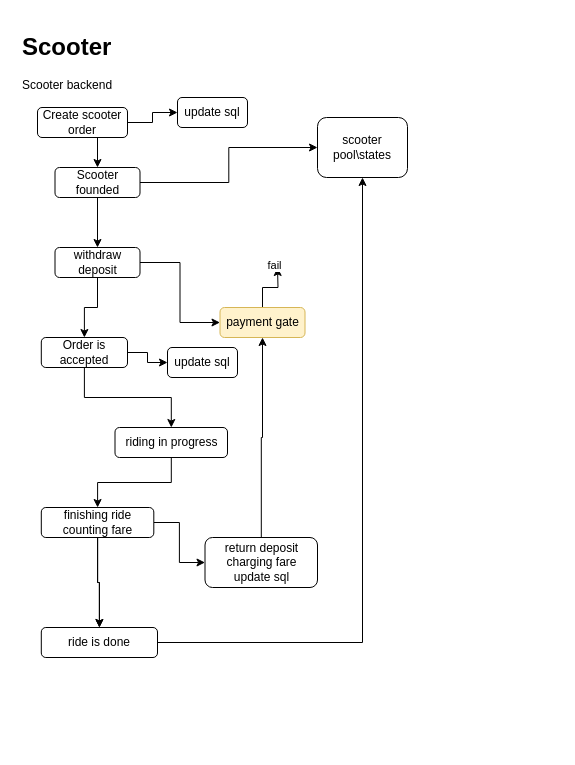
Before: e-scooter[flows].drawio in integer00/diagrams, a draw.io diagram. Source tidied: cells renumbered, new cells numbered last; positions are measured from the earlier drawing's top-left corner, leaving out a move shared by most shapes. Both pictures are drawn from the tidied source at 100%, with x=0, y=0 at pixel (17, 27).
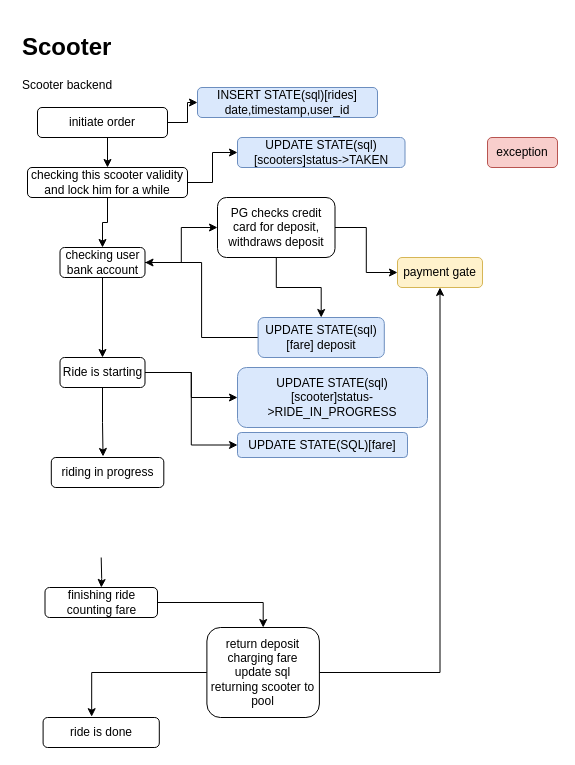
After the change.

Diff of the diagram source:
```diff
@@
-    <mxCell id="5" value="Create scooter order" style="rounded=1;whiteSpace=wrap;html=1;" parent="1" vertex="1">
-      <mxGeometry x="20" y="80" width="90" height="30" as="geometry" />
+    <mxCell id="5" value="initiate order" style="rounded=1;whiteSpace=wrap;html=1;" parent="1" vertex="1">
+      <mxGeometry x="20" y="80" width="130" height="30" as="geometry" />
     </mxCell>
-    <mxCell id="6" style="edgeStyle=orthogonalEdgeStyle;rounded=0;jettySize=auto;html=1;" parent="1" edge="1" source="8" target="9">
-      <mxGeometry relative="1" as="geometry" />
-    </mxCell>
@@
+    <mxCell id="31" style="edgeStyle=orthogonalEdgeStyle;rounded=0;jettySize=auto;html=1;" parent="1" edge="1" source="8" target="36">
+      <mxGeometry relative="1" as="geometry" />
+    </mxCell>
-    <mxCell id="8" value="Scooter founded" style="rounded=1;whiteSpace=wrap;html=1;" parent="1" vertex="1">
-      <mxGeometry x="37.5" y="140" width="85" height="30" as="geometry" />
+    <mxCell id="8" value="checking this scooter validity and lock him for a while" style="rounded=1;whiteSpace=wrap;html=1;" parent="1" vertex="1">
+      <mxGeometry x="10" y="140" width="160" height="30" as="geometry" />
     </mxCell>
-    <mxCell id="9" value="scooter pool\states" style="whiteSpace=wrap;html=1;rounded=1;" parent="1" vertex="1">
-      <mxGeometry x="300" y="90" width="90" height="60" as="geometry" />
-    </mxCell>
-    <mxCell id="10" style="edgeStyle=orthogonalEdgeStyle;rounded=0;jettySize=auto;html=1;exitX=1;exitY=0.5;exitDx=0;exitDy=0;entryX=0;entryY=0.5;entryDx=0;entryDy=0;" parent="1" edge="1" source="12" target="15">
-      <mxGeometry relative="1" as="geometry" />
-    </mxCell>
-    <mxCell id="11" style="edgeStyle=orthogonalEdgeStyle;rounded=0;jettySize=auto;html=1;exitX=0.5;exitY=1;exitDx=0;exitDy=0;entryX=0.5;entryY=0;entryDx=0;entryDy=0;" parent="1" edge="1" source="12" target="18">
-      <mxGeometry relative="1" as="geometry" />
-    </mxCell>
+    <mxCell id="32" style="edgeStyle=orthogonalEdgeStyle;rounded=0;jettySize=auto;html=1;" parent="1" edge="1" source="12" target="39">
+      <mxGeometry relative="1" as="geometry" />
+    </mxCell>
+    <mxCell id="33" style="edgeStyle=orthogonalEdgeStyle;rounded=0;jettySize=auto;html=1;" parent="1" edge="1" source="12" target="44">
+      <mxGeometry relative="1" as="geometry" />
+    </mxCell>
-    <mxCell id="12" value="withdraw deposit" style="rounded=1;whiteSpace=wrap;html=1;" parent="1" vertex="1">
-      <mxGeometry x="37.5" y="220" width="85" height="30" as="geometry" />
+    <mxCell id="12" value="checking user bank account" style="rounded=1;whiteSpace=wrap;html=1;" parent="1" vertex="1">
+      <mxGeometry x="42.5" y="220" width="85" height="30" as="geometry" />
     </mxCell>
-    <mxCell id="13" style="edgeStyle=orthogonalEdgeStyle;rounded=0;jettySize=auto;html=1;" parent="1" edge="1" source="15">
-      <mxGeometry relative="1" as="geometry">
-        <mxPoint x="260" y="240" as="targetPoint" />
-      </mxGeometry>
-    </mxCell>
-    <mxCell id="14" value="fail" style="edgeLabel;html=1;align=center;verticalAlign=middle;" parent="13" vertex="1">
-      <mxGeometry x="1" y="3" relative="1" as="geometry">
-        <mxPoint y="-2" as="offset" />
-      </mxGeometry>
-    </mxCell>
     <mxCell id="15" value="payment gate" style="rounded=1;whiteSpace=wrap;html=1;fillColor=#fff2cc;strokeColor=#d6b656;" parent="1" vertex="1">
-      <mxGeometry x="202.5" y="280" width="85" height="30" as="geometry" />
+      <mxGeometry x="380" y="230" width="85" height="30" as="geometry" />
     </mxCell>
-    <mxCell id="16" style="edgeStyle=orthogonalEdgeStyle;rounded=0;jettySize=auto;html=1;" parent="1" edge="1" source="18" target="20">
-      <mxGeometry relative="1" as="geometry" />
-    </mxCell>
-    <mxCell id="17" style="edgeStyle=orthogonalEdgeStyle;rounded=0;jettySize=auto;html=1;entryX=0;entryY=0.5;entryDx=0;entryDy=0;" parent="1" edge="1" source="18" target="29">
-      <mxGeometry relative="1" as="geometry" />
-    </mxCell>
-    <mxCell id="18" value="Order is accepted" style="rounded=1;whiteSpace=wrap;html=1;" parent="1" vertex="1">
-      <mxGeometry x="23.8" y="310" width="86.2" height="30" as="geometry" />
-    </mxCell>
-    <mxCell id="19" style="edgeStyle=orthogonalEdgeStyle;rounded=0;jettySize=auto;html=1;" parent="1" edge="1" source="20" target="24">
-      <mxGeometry relative="1" as="geometry" />
+    <mxCell id="19" style="edgeStyle=orthogonalEdgeStyle;rounded=0;jettySize=auto;html=1;" parent="1" edge="1" target="24">
+      <mxGeometry relative="1" as="geometry">
+        <mxPoint x="83.7" y="530" as="sourcePoint" />
+      </mxGeometry>
     </mxCell>
     <mxCell id="20" value="riding in progress" style="rounded=1;whiteSpace=wrap;html=1;" parent="1" vertex="1">
-      <mxGeometry x="97.5" y="400" width="112.5" height="30" as="geometry" />
+      <mxGeometry x="33.8" y="430" width="112.5" height="30" as="geometry" />
     </mxCell>
-    <mxCell id="21" style="edgeStyle=orthogonalEdgeStyle;rounded=0;jettySize=auto;html=1;" parent="1" edge="1" source="24" target="26">
-      <mxGeometry relative="1" as="geometry" />
-    </mxCell>
-    <mxCell id="22" style="edgeStyle=orthogonalEdgeStyle;rounded=0;jettySize=auto;html=1;" parent="1" edge="1" source="24" target="26">
-      <mxGeometry relative="1" as="geometry" />
-    </mxCell>
@@
     <mxCell id="24" value="finishing ride&lt;br&gt;counting fare" style="rounded=1;whiteSpace=wrap;html=1;" parent="1" vertex="1">
-      <mxGeometry x="23.8" y="480" width="112.5" height="30" as="geometry" />
+      <mxGeometry x="27.5" y="560" width="112.5" height="30" as="geometry" />
     </mxCell>
-    <mxCell id="25" style="edgeStyle=orthogonalEdgeStyle;rounded=0;jettySize=auto;html=1;entryX=0.5;entryY=1;entryDx=0;entryDy=0;" parent="1" edge="1" source="26" target="9">
-      <mxGeometry relative="1" as="geometry" />
-    </mxCell>
     <mxCell id="26" value="ride is done" style="rounded=1;whiteSpace=wrap;html=1;" parent="1" vertex="1">
-      <mxGeometry x="23.8" y="600" width="116.2" height="30" as="geometry" />
+      <mxGeometry x="25.6" y="690" width="116.2" height="30" as="geometry" />
     </mxCell>
@@
+    <mxCell id="34" style="edgeStyle=orthogonalEdgeStyle;rounded=0;jettySize=auto;html=1;entryX=0.418;entryY=-0.027;entryDx=0;entryDy=0;entryPerimeter=0;" parent="1" edge="1" source="28" target="26">
+      <mxGeometry relative="1" as="geometry" />
+    </mxCell>
-    <mxCell id="28" value="return deposit&lt;br&gt;charging fare&lt;br&gt;update sql" style="rounded=1;whiteSpace=wrap;html=1;" parent="1" vertex="1">
-      <mxGeometry x="187.5" y="510" width="112.5" height="50" as="geometry" />
+    <mxCell id="28" value="return deposit&lt;br&gt;charging fare&lt;br&gt;update sql&lt;br&gt;returning scooter to pool" style="rounded=1;whiteSpace=wrap;html=1;" parent="1" vertex="1">
+      <mxGeometry x="189.4" y="600" width="112.5" height="90" as="geometry" />
     </mxCell>
+    <mxCell id="35" style="edgeStyle=orthogonalEdgeStyle;rounded=0;jettySize=auto;html=1;entryX=1;entryY=0.5;entryDx=0;entryDy=0;" parent="1" edge="1" source="29" target="12">
+      <mxGeometry relative="1" as="geometry" />
+    </mxCell>
-    <mxCell id="29" value="update sql" style="rounded=1;whiteSpace=wrap;html=1;" parent="1" vertex="1">
-      <mxGeometry x="150" y="320" width="70" height="30" as="geometry" />
+    <mxCell id="29" value="UPDATE STATE(sql)[fare] deposit" style="rounded=1;whiteSpace=wrap;html=1;fillColor=#dae8fc;strokeColor=#6c8ebf;" parent="1" vertex="1">
+      <mxGeometry x="240.6" y="290" width="126.2" height="40" as="geometry" />
     </mxCell>
-    <mxCell id="30" value="update sql" style="rounded=1;whiteSpace=wrap;html=1;" parent="1" vertex="1">
-      <mxGeometry x="160" y="70" width="70" height="30" as="geometry" />
+    <mxCell id="30" value="INSERT STATE(sql)[rides] date,timestamp,user_id" style="rounded=1;whiteSpace=wrap;html=1;fillColor=#dae8fc;strokeColor=#6c8ebf;" parent="1" vertex="1">
+      <mxGeometry x="180" y="60" width="180" height="30" as="geometry" />
     </mxCell>
+    <mxCell id="36" value="UPDATE STATE(sql)[scooters]status-&amp;gt;TAKEN" style="rounded=1;whiteSpace=wrap;html=1;fillColor=#dae8fc;strokeColor=#6c8ebf;" parent="1" vertex="1">
+      <mxGeometry x="220" y="110" width="167.5" height="30" as="geometry" />
+    </mxCell>
+    <mxCell id="37" style="edgeStyle=orthogonalEdgeStyle;rounded=0;jettySize=auto;html=1;entryX=0;entryY=0.5;entryDx=0;entryDy=0;" parent="1" edge="1" source="39" target="15">
+      <mxGeometry relative="1" as="geometry" />
+    </mxCell>
+    <mxCell id="38" style="edgeStyle=orthogonalEdgeStyle;rounded=0;jettySize=auto;html=1;" parent="1" edge="1" source="39" target="29">
+      <mxGeometry relative="1" as="geometry" />
+    </mxCell>
+    <mxCell id="39" value="PG checks credit card for deposit, withdraws deposit" style="rounded=1;whiteSpace=wrap;html=1;" parent="1" vertex="1">
+      <mxGeometry x="200" y="170" width="117.5" height="60" as="geometry" />
+    </mxCell>
+    <mxCell id="40" value="exception" style="rounded=1;whiteSpace=wrap;html=1;fillColor=#f8cecc;strokeColor=#b85450;" parent="1" vertex="1">
+      <mxGeometry x="470" y="110" width="70" height="30" as="geometry" />
+    </mxCell>
+    <mxCell id="41" style="edgeStyle=orthogonalEdgeStyle;rounded=0;jettySize=auto;html=1;entryX=0;entryY=0.5;entryDx=0;entryDy=0;" parent="1" edge="1" source="44" target="45">
+      <mxGeometry relative="1" as="geometry" />
+    </mxCell>
+    <mxCell id="42" style="edgeStyle=orthogonalEdgeStyle;rounded=0;jettySize=auto;html=1;entryX=0.46;entryY=-0.034;entryDx=0;entryDy=0;entryPerimeter=0;" parent="1" edge="1" source="44" target="20">
+      <mxGeometry relative="1" as="geometry" />
+    </mxCell>
+    <mxCell id="43" style="edgeStyle=orthogonalEdgeStyle;rounded=0;jettySize=auto;html=1;entryX=0;entryY=0.5;entryDx=0;entryDy=0;" parent="1" edge="1" source="44" target="46">
+      <mxGeometry relative="1" as="geometry" />
+    </mxCell>
+    <mxCell id="44" value="Ride is starting" style="rounded=1;whiteSpace=wrap;html=1;" parent="1" vertex="1">
+      <mxGeometry x="42.5" y="330" width="85" height="30" as="geometry" />
+    </mxCell>
+    <mxCell id="45" value="UPDATE STATE(sql)[scooter]status-&gt;RIDE_IN_PROGRESS" style="rounded=1;whiteSpace=wrap;html=1;fillColor=#dae8fc;strokeColor=#6c8ebf;" parent="1" vertex="1">
+      <mxGeometry x="220" y="340" width="190" height="60" as="geometry" />
+    </mxCell>
+    <mxCell id="46" value="UPDATE STATE(SQL)[fare]" style="rounded=1;whiteSpace=wrap;html=1;fillColor=#dae8fc;strokeColor=#6c8ebf;" parent="1" vertex="1">
+      <mxGeometry x="220" y="405" width="170" height="25" as="geometry" />
+    </mxCell>
```
